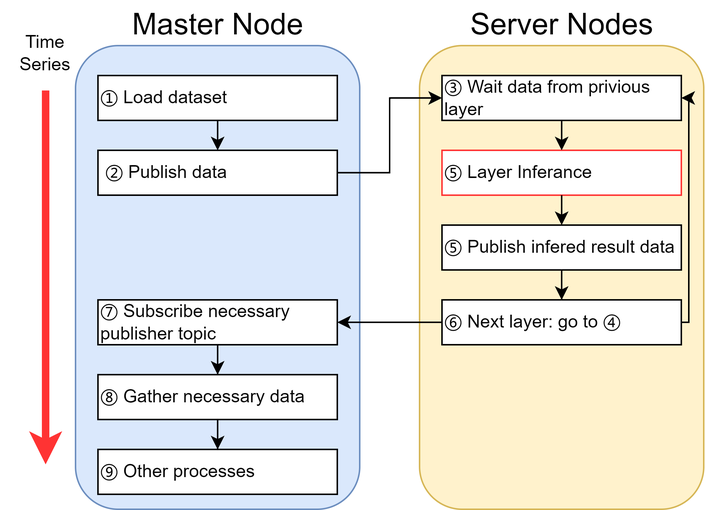
Above: assest/4.Inference.drawio.png in dengbuqi/dffw (draw.io), before the change. Source tidied: cells renumbered, new cells last; positions are measured from the earlier drawing's top-left corner, leaving out a move shared by most shapes.
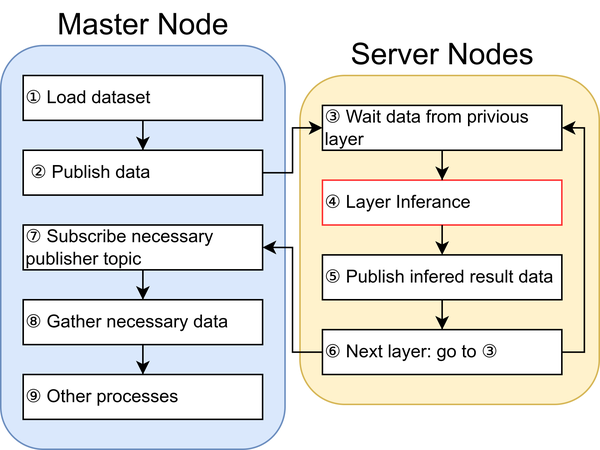
The same file after the commit.

Diff of the diagram source:
```diff
@@ -3,19 +3,19 @@
     <mxCell id="0" />
     <mxCell id="1" parent="0" />
     <mxCell id="2" style="rounded=1;whiteSpace=wrap;html=1;fillColor=#fff2cc;strokeColor=#d6b656;" parent="1" vertex="1">
-      <mxGeometry x="280" y="30" width="190" height="310" as="geometry" />
+      <mxGeometry x="250" y="50" width="200" height="220" as="geometry" />
     </mxCell>
-    <mxCell id="3" value="&lt;font style=&quot;font-size: 12px;&quot;&gt;⑤ Layer Inferance&lt;/font&gt;" style="rounded=0;whiteSpace=wrap;html=1;align=left;strokeColor=#FF3333;" parent="1" vertex="1">
-      <mxGeometry x="295" y="100" width="160" height="30" as="geometry" />
+    <mxCell id="3" value="&lt;font style=&quot;font-size: 12px;&quot;&gt;④ Layer Inferance&lt;/font&gt;" style="rounded=0;whiteSpace=wrap;html=1;align=left;strokeColor=#FF3333;" parent="1" vertex="1">
+      <mxGeometry x="265" y="120" width="160" height="30" as="geometry" />
     </mxCell>
     <mxCell id="4" style="rounded=1;whiteSpace=wrap;html=1;fillColor=#dae8fc;strokeColor=#6c8ebf;" parent="1" vertex="1">
-      <mxGeometry x="50" y="30" width="190" height="310" as="geometry" />
+      <mxGeometry x="50" y="30" width="190" height="270" as="geometry" />
     </mxCell>
     <mxCell id="5" value="&lt;font style=&quot;font-size: 20px;&quot;&gt;Master Node&lt;/font&gt;" style="text;html=1;strokeColor=none;fillColor=none;align=center;verticalAlign=middle;whiteSpace=wrap;rounded=0;" parent="1" vertex="1">
       <mxGeometry x="82.5" width="125" height="30" as="geometry" />
     </mxCell>
     <mxCell id="6" value="&lt;font style=&quot;font-size: 20px;&quot;&gt;Server Nodes&lt;/font&gt;" style="text;html=1;strokeColor=none;fillColor=none;align=center;verticalAlign=middle;whiteSpace=wrap;rounded=0;" parent="1" vertex="1">
-      <mxGeometry x="312.5" width="125" height="30" as="geometry" />
+      <mxGeometry x="282.5" y="20" width="125" height="30" as="geometry" />
     </mxCell>
     <mxCell id="7" style="edgeStyle=orthogonalEdgeStyle;rounded=0;jettySize=auto;html=1;entryX=0.5;entryY=0;entryDx=0;entryDy=0;" parent="1" edge="1" source="8">
       <mxGeometry relative="1" as="geometry">
@@ -25,15 +25,6 @@
     <mxCell id="8" value="&lt;font style=&quot;font-size: 12px;&quot;&gt;① Load dataset&lt;/font&gt;" style="rounded=0;whiteSpace=wrap;html=1;align=left;" parent="1" vertex="1">
       <mxGeometry x="65" y="50" width="160" height="30" as="geometry" />
     </mxCell>
-    <mxCell id="9" style="endArrow=classic;html=1;rounded=0;strokeWidth=5;fillColor=#f8cecc;strokeColor=#FF3333;" parent="1" edge="1">
-      <mxGeometry relative="1" as="geometry">
-        <mxPoint x="30" y="60" as="sourcePoint" />
-        <mxPoint x="30" y="310" as="targetPoint" />
-      </mxGeometry>
-    </mxCell>
-    <mxCell id="10" value="Time Series" style="text;html=1;strokeColor=none;fillColor=none;align=center;verticalAlign=middle;whiteSpace=wrap;rounded=0;" parent="1" vertex="1">
-      <mxGeometry y="20" width="60" height="30" as="geometry" />
-    </mxCell>
     <mxCell id="11" style="edgeStyle=orthogonalEdgeStyle;rounded=0;jettySize=auto;html=1;entryX=0;entryY=0.5;entryDx=0;entryDy=0;" parent="1" edge="1" source="12" target="16">
       <mxGeometry relative="1" as="geometry" />
     </mxCell>
@@ -44,49 +35,49 @@
       <mxGeometry relative="1" as="geometry" />
     </mxCell>
     <mxCell id="14" value="&lt;font style=&quot;font-size: 12px;&quot;&gt;⑧&amp;nbsp;Gather necessary data&lt;/font&gt;" style="rounded=0;whiteSpace=wrap;html=1;align=left;" parent="1" vertex="1">
-      <mxGeometry x="65" y="250" width="160" height="30" as="geometry" />
+      <mxGeometry x="65" y="200" width="160" height="30" as="geometry" />
     </mxCell>
     <mxCell id="15" style="edgeStyle=orthogonalEdgeStyle;rounded=0;jettySize=auto;html=1;entryX=0.5;entryY=0;entryDx=0;entryDy=0;" parent="1" edge="1" source="16">
       <mxGeometry relative="1" as="geometry">
-        <mxPoint x="375" y="100" as="targetPoint" />
+        <mxPoint x="345" y="120" as="targetPoint" />
       </mxGeometry>
     </mxCell>
     <mxCell id="16" value="&lt;font style=&quot;font-size: 12px;&quot;&gt;③ Wait data from privious layer&lt;/font&gt;" style="rounded=0;whiteSpace=wrap;html=1;align=left;" parent="1" vertex="1">
-      <mxGeometry x="295" y="50" width="160" height="30" as="geometry" />
+      <mxGeometry x="265" y="70" width="160" height="30" as="geometry" />
     </mxCell>
     <mxCell id="17" style="edgeStyle=orthogonalEdgeStyle;rounded=0;jettySize=auto;html=1;entryX=1;entryY=0.5;entryDx=0;entryDy=0;" parent="1" edge="1" source="19" target="16">
       <mxGeometry relative="1" as="geometry">
         <Array as="points">
-          <mxPoint x="460" y="215" />
-          <mxPoint x="460" y="65" />
+          <mxPoint x="440" y="235" />
+          <mxPoint x="440" y="85" />
         </Array>
       </mxGeometry>
     </mxCell>
     <mxCell id="18" style="edgeStyle=orthogonalEdgeStyle;rounded=0;jettySize=auto;html=1;entryX=1;entryY=0.5;entryDx=0;entryDy=0;" parent="1" edge="1" source="19" target="25">
       <mxGeometry relative="1" as="geometry" />
     </mxCell>
-    <mxCell id="19" value="&lt;font style=&quot;font-size: 12px;&quot;&gt;⑥ Next layer: go to&amp;nbsp;④&lt;br&gt;&lt;/font&gt;" style="rounded=0;whiteSpace=wrap;html=1;align=left;" parent="1" vertex="1">
-      <mxGeometry x="295" y="200" width="160" height="30" as="geometry" />
+    <mxCell id="19" value="&lt;font style=&quot;font-size: 12px;&quot;&gt;⑥ Next layer: go to ③&lt;br&gt;&lt;/font&gt;" style="rounded=0;whiteSpace=wrap;html=1;align=left;" parent="1" vertex="1">
+      <mxGeometry x="265" y="220" width="160" height="30" as="geometry" />
     </mxCell>
     <mxCell id="20" style="edgeStyle=orthogonalEdgeStyle;rounded=0;jettySize=auto;html=1;entryX=0.5;entryY=0;entryDx=0;entryDy=0;" parent="1" edge="1" target="22">
       <mxGeometry relative="1" as="geometry">
-        <mxPoint x="375" y="130" as="sourcePoint" />
+        <mxPoint x="345" y="150" as="sourcePoint" />
       </mxGeometry>
     </mxCell>
     <mxCell id="21" style="edgeStyle=orthogonalEdgeStyle;rounded=0;jettySize=auto;html=1;entryX=0.5;entryY=0;entryDx=0;entryDy=0;" parent="1" edge="1" source="22" target="19">
       <mxGeometry relative="1" as="geometry" />
     </mxCell>
     <mxCell id="22" value="&lt;font style=&quot;font-size: 12px;&quot;&gt;⑤ Publish infered result data&lt;/font&gt;" style="rounded=0;whiteSpace=wrap;html=1;align=left;" parent="1" vertex="1">
-      <mxGeometry x="295" y="150" width="160" height="30" as="geometry" />
+      <mxGeometry x="265" y="170" width="160" height="30" as="geometry" />
     </mxCell>
     <mxCell id="23" value="&lt;font style=&quot;font-size: 12px;&quot;&gt;⑨ Other processes&lt;/font&gt;" style="rounded=0;whiteSpace=wrap;html=1;align=left;" parent="1" vertex="1">
-      <mxGeometry x="65" y="300" width="160" height="30" as="geometry" />
+      <mxGeometry x="65" y="250" width="160" height="30" as="geometry" />
     </mxCell>
     <mxCell id="24" style="edgeStyle=orthogonalEdgeStyle;rounded=0;jettySize=auto;html=1;entryX=0.5;entryY=0;entryDx=0;entryDy=0;" parent="1" edge="1" source="25" target="14">
       <mxGeometry relative="1" as="geometry" />
     </mxCell>
     <mxCell id="25" value="&lt;font style=&quot;font-size: 12px;&quot;&gt;⑦ Subscribe necessary publisher topic&lt;/font&gt;" style="rounded=0;whiteSpace=wrap;html=1;align=left;" parent="1" vertex="1">
-      <mxGeometry x="65" y="200" width="160" height="30" as="geometry" />
+      <mxGeometry x="65" y="150" width="160" height="30" as="geometry" />
     </mxCell>
   </root>
 </mxGraphModel>
```
